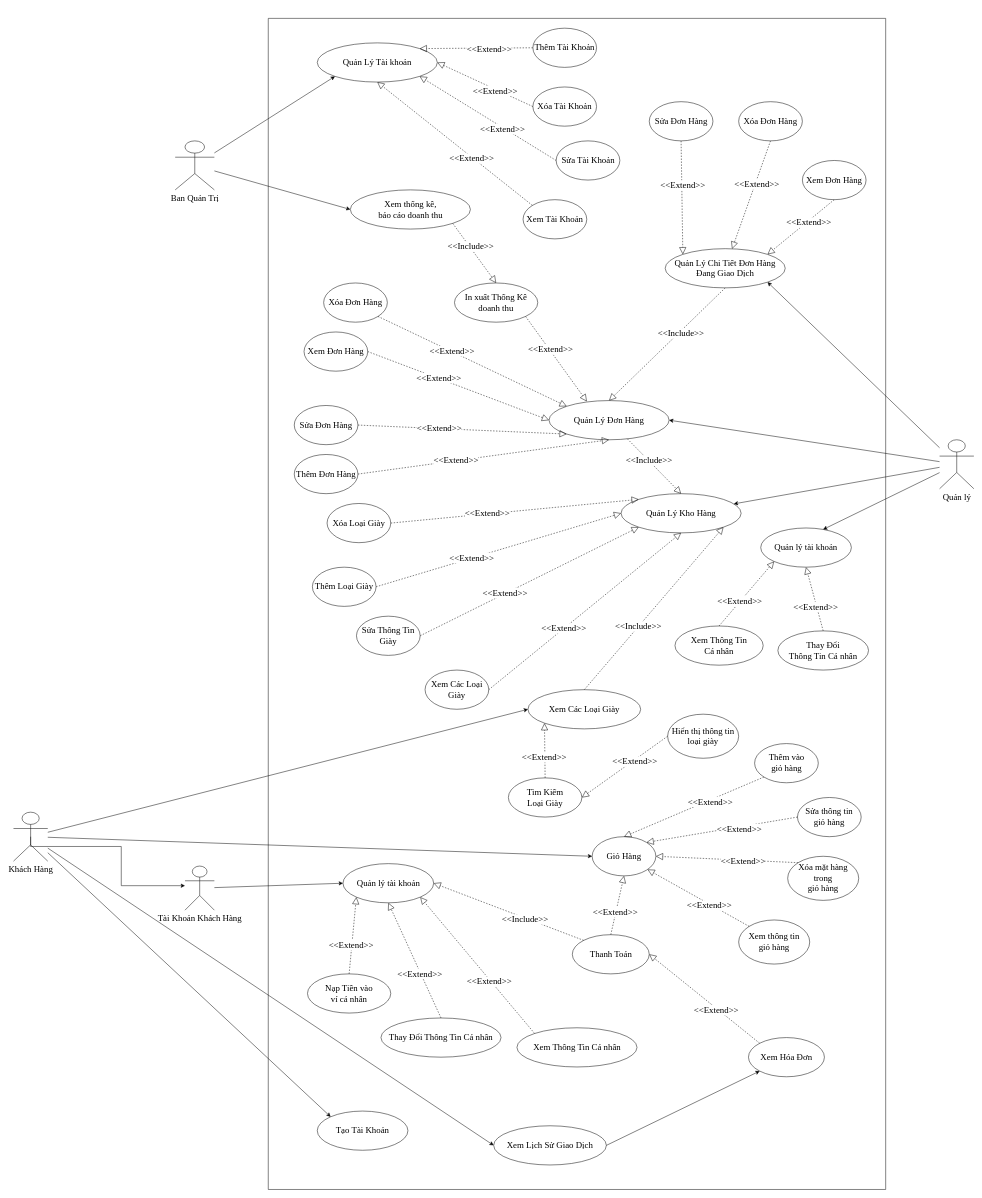
Earlier version of the draw.io diagram SpedoShop.drawio (IkMinhTon/Diagram). Source tidied: cells renumbered, new cells numbered last; positions are measured from the earlier drawing's top-left corner, leaving out a move shared by most shapes. Both pictures are drawn from the tidied source at 49%, with x=0, y=0 at pixel (13, 18).
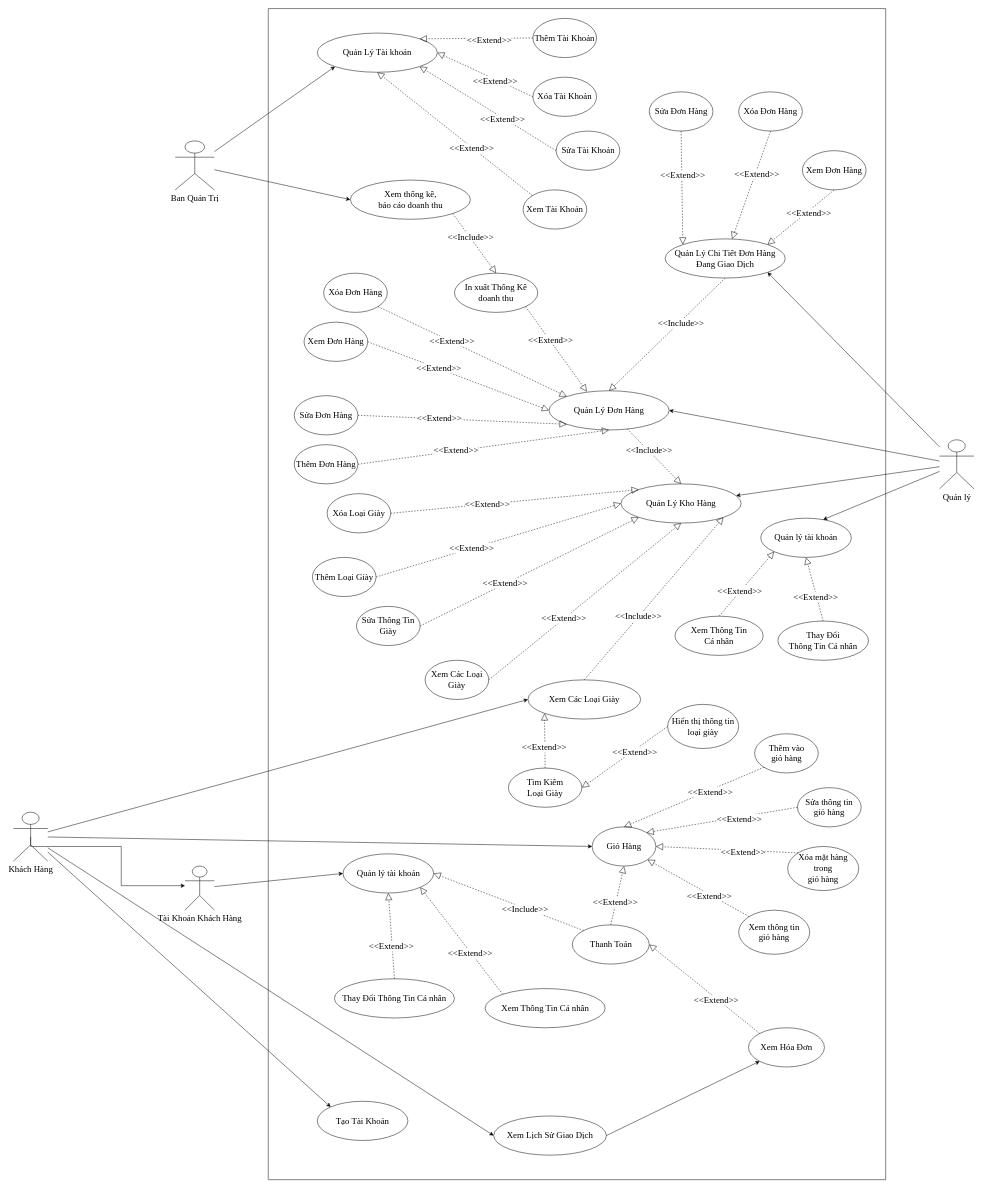
Above is the later version.

The change refers to these unchanged cells:
```xml
<mxCell id="73" value="Quản lý tài khoản" style="ellipse;whiteSpace=wrap;html=1;fontFamily=Times New Roman;fontSize=18;" parent="3" vertex="1">
  <mxGeometry x="152.5" y="1725" width="185" height="80" as="geometry" />
</mxCell>
```

The edit, as a diff of the source:
```diff
@@
     <mxCell id="3" style="swimlane;startSize=0;" parent="1" vertex="1">
-      <mxGeometry x="520" width="1260" height="2390" as="geometry" />
+      <mxGeometry x="520" y="-20" width="1260" height="2390" as="geometry" />
     </mxCell>
@@
     <mxCell id="64" value="Thay Đổi Thông Tin Cá nhân" style="ellipse;whiteSpace=wrap;html=1;fontFamily=Times New Roman;fontSize=18;" parent="3" vertex="1">
-      <mxGeometry x="230" y="2040" width="245" height="80" as="geometry" />
+      <mxGeometry x="135" y="1980" width="245" height="80" as="geometry" />
     </mxCell>
@@
     <mxCell id="95" value="Xem Thông Tin Cá nhân" style="ellipse;whiteSpace=wrap;html=1;fontFamily=Times New Roman;fontSize=18;" parent="3" vertex="1">
-      <mxGeometry x="507.5" y="2060" width="245" height="80" as="geometry" />
+      <mxGeometry x="442.5" y="2000" width="245" height="80" as="geometry" />
     </mxCell>
@@
-    <mxCell id="98" value="Nạp Tiền vào &lt;br&gt;ví cá nhân" style="ellipse;whiteSpace=wrap;html=1;fontFamily=Times New Roman;fontSize=18;" parent="3" vertex="1">
-      <mxGeometry x="80" y="1950" width="170" height="80" as="geometry" />
-    </mxCell>
-    <mxCell id="99" style="endArrow=block;dashed=1;endFill=0;endSize=12;html=1;rounded=0;fontFamily=Times New Roman;fontSize=18;exitX=0.5;exitY=0;exitDx=0;exitDy=0;entryX=0;entryY=1;entryDx=0;entryDy=0;" parent="3" edge="1" source="98" target="73">
-      <mxGeometry relative="1" as="geometry" />
-    </mxCell>
-    <mxCell id="100" value="&amp;lt;&amp;lt;Extend&amp;gt;&amp;gt;" style="edgeLabel;html=1;align=center;verticalAlign=middle;fontSize=18;fontFamily=Times New Roman;" parent="99" vertex="1">
-      <mxGeometry x="-0.22" y="2" relative="1" as="geometry">
-        <mxPoint y="1" as="offset" />
-      </mxGeometry>
-    </mxCell>
```
